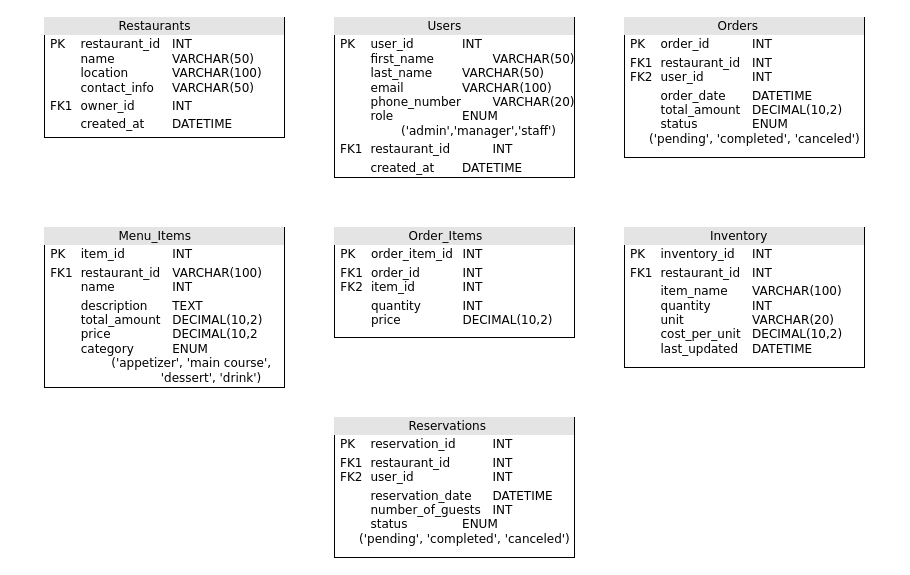
Before: Untitled Diagram.drawio in SafwanAltawil/HelloWorld, a draw.io diagram. Source tidied: cells renumbered, new cells numbered last; positions are measured from the earlier drawing's top-left corner, leaving out a move shared by most shapes. Both pictures are drawn from the tidied source at 100%, with x=0, y=0 at pixel (44, 17).
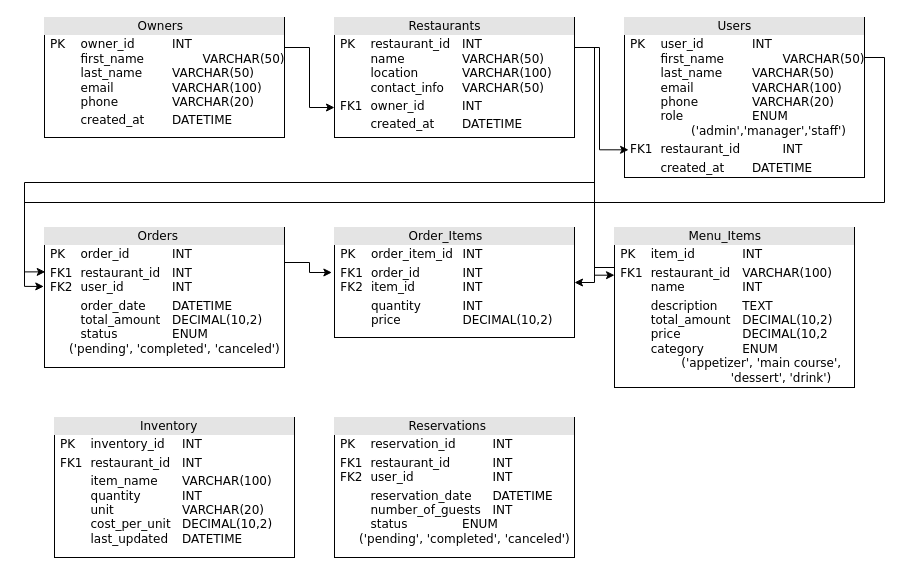
The same page after the edit.

The change refers to these unchanged cells:
```xml
<mxCell id="7" value="&lt;div style=&quot;box-sizing:border-box;width:100%;background:#e4e4e4;padding:2px;&quot;&gt;&lt;span style=&quot;white-space: pre;&quot;&gt;&#9;&lt;/span&gt;&lt;span style=&quot;white-space: pre;&quot;&gt;&#9;&lt;/span&gt;&lt;span style=&quot;white-space-collapse: preserve;&quot;&gt;&amp;nbsp;  &lt;/span&gt;Order_Items&lt;/div&gt;&lt;table style=&quot;width:100%;font-size:1em;&quot; cellpadding=&quot;2&quot; cellspacing=&quot;0&quot;&gt;&lt;tbody&gt;&lt;tr&gt;&lt;td&gt;&lt;br&gt;&lt;/td&gt;&lt;td&gt;PK&lt;span style=&quot;white-space: pre;&quot;&gt;&#9;&lt;/span&gt;order_item_id&lt;span style=&quot;white-space: pre;&quot;&gt;&#9;&lt;/span&gt;INT&lt;br&gt;&lt;/td&gt;&lt;/tr&gt;&lt;tr&gt;&lt;td&gt;&lt;br&gt;&lt;/td&gt;&lt;td&gt;FK1&lt;span style=&quot;white-space: pre;&quot;&gt;&#9;&lt;/span&gt;order_id &lt;span style=&quot;white-space: pre;&quot;&gt;&#9;&lt;span style=&quot;white-space: pre;&quot;&gt;&#9;&lt;/span&gt;&lt;/span&gt;INT&lt;br&gt;FK2&lt;span style=&quot;white-space: pre;&quot;&gt;&#9;&lt;/span&gt;item_id &lt;span style=&quot;white-space: pre;&quot;&gt;&#9;&lt;/span&gt;&lt;span style=&quot;white-space: pre;&quot;&gt;&#9;&lt;/span&gt;INT&lt;br&gt;&lt;/td&gt;&lt;/tr&gt;&lt;tr&gt;&lt;td&gt;&lt;/td&gt;&lt;td&gt;&lt;span style=&quot;white-space: pre;&quot;&gt;&#9;&lt;/span&gt;quantity &lt;span style=&quot;white-space: pre;&quot;&gt;&#9;&lt;span style=&quot;white-space: pre;&quot;&gt;&#9;&lt;/span&gt;&lt;/span&gt;INT&lt;span style=&quot;white-space: pre;&quot;&gt;&#9;&lt;/span&gt;&lt;br&gt;&lt;span style=&quot;white-space: pre;&quot;&gt;&#9;&lt;/span&gt;price &lt;span style=&quot;white-space: pre;&quot;&gt;&#9;&lt;span style=&quot;white-space: pre;&quot;&gt;&#9;&lt;/span&gt;&lt;/span&gt;DECIMAL(10,2)&lt;br&gt;&lt;span style=&quot;white-space: pre;&quot;&gt;&#9;&lt;/span&gt;&lt;br&gt;&lt;br&gt;&lt;br&gt;&lt;/td&gt;&lt;/tr&gt;&lt;/tbody&gt;&lt;/table&gt;" style="verticalAlign=top;align=left;overflow=fill;html=1;rounded=0;shadow=0;comic=0;labelBackgroundColor=none;strokeWidth=1;fontFamily=Verdana;fontSize=12;direction=west;" parent="1" vertex="1">
  <mxGeometry x="290" y="210" width="240" height="110" as="geometry" />
</mxCell>
```

Change to the diagram source:
```diff
@@
     <mxCell id="2" value="&lt;div style=&quot;box-sizing:border-box;width:100%;background:#e4e4e4;padding:2px;&quot;&gt;&lt;span style=&quot;white-space: pre;&quot;&gt;&#9;&lt;/span&gt;&lt;span style=&quot;white-space: pre;&quot;&gt;&#9;&lt;/span&gt;&amp;nbsp; &amp;nbsp;Restaurants&lt;/div&gt;&lt;table style=&quot;width:100%;font-size:1em;&quot; cellpadding=&quot;2&quot; cellspacing=&quot;0&quot;&gt;&lt;tbody&gt;&lt;tr&gt;&lt;td&gt;&lt;br&gt;&lt;/td&gt;&lt;td&gt;PK&lt;span style=&quot;white-space: pre;&quot;&gt;&#9;&lt;/span&gt;restaurant_id&lt;span style=&quot;white-space: pre;&quot;&gt;&#9;&lt;/span&gt;INT&lt;br&gt;&lt;span style=&quot;white-space: pre;&quot;&gt;&#9;&lt;/span&gt;name&lt;span style=&quot;white-space: pre;&quot;&gt;&#9;&lt;span style=&quot;white-space: pre;&quot;&gt;&#9;&lt;/span&gt;&lt;/span&gt;VARCHAR(50)&lt;br&gt;&lt;span style=&quot;white-space: pre;&quot;&gt;&#9;&lt;/span&gt;location &lt;span style=&quot;white-space: pre;&quot;&gt;&#9;&lt;span style=&quot;white-space: pre;&quot;&gt;&#9;&lt;/span&gt;&lt;/span&gt;VARCHAR(100)&lt;span style=&quot;white-space: pre;&quot;&gt;&#9;&lt;/span&gt;&lt;span style=&quot;white-space: pre;&quot;&gt;&#9;&lt;/span&gt;&lt;br&gt;&lt;span style=&quot;white-space: pre;&quot;&gt;&#9;&lt;/span&gt;contact_info&lt;span style=&quot;white-space: pre;&quot;&gt;&#9;&lt;/span&gt;VARCHAR(50)&lt;br&gt;&lt;/td&gt;&lt;/tr&gt;&lt;tr&gt;&lt;td&gt;&lt;br&gt;&lt;/td&gt;&lt;td&gt;FK1&lt;span style=&quot;white-space: pre;&quot;&gt;&#9;&lt;/span&gt;owner_id &lt;span style=&quot;white-space: pre;&quot;&gt;&#9;&lt;/span&gt;&lt;span style=&quot;white-space: pre;&quot;&gt;&#9;&lt;/span&gt;INT&lt;/td&gt;&lt;/tr&gt;&lt;tr&gt;&lt;td&gt;&lt;/td&gt;&lt;td&gt;&lt;span style=&quot;white-space: pre;&quot;&gt;&#9;&lt;/span&gt;created_at &lt;span style=&quot;white-space: pre;&quot;&gt;&#9;&lt;/span&gt;DATETIME&lt;span style=&quot;white-space: pre;&quot;&gt;&#9;&lt;/span&gt;&lt;br&gt;&lt;br&gt;&lt;br&gt;&lt;/td&gt;&lt;/tr&gt;&lt;/tbody&gt;&lt;/table&gt;" style="verticalAlign=top;align=left;overflow=fill;html=1;rounded=0;shadow=0;comic=0;labelBackgroundColor=none;strokeWidth=1;fontFamily=Verdana;fontSize=12;direction=west;" parent="1" vertex="1">
-      <mxGeometry width="240" height="120" as="geometry" />
+      <mxGeometry x="290" width="240" height="120" as="geometry" />
     </mxCell>
-    <mxCell id="3" value="&lt;div style=&quot;box-sizing:border-box;width:100%;background:#e4e4e4;padding:2px;&quot;&gt;&lt;span style=&quot;white-space: pre;&quot;&gt;&#9;&lt;/span&gt;&lt;span style=&quot;white-space: pre;&quot;&gt;&#9;&lt;span style=&quot;white-space: pre;&quot;&gt;&#9;&lt;/span&gt;&lt;/span&gt;Users&lt;/div&gt;&lt;table style=&quot;width:100%;font-size:1em;&quot; cellpadding=&quot;2&quot; cellspacing=&quot;0&quot;&gt;&lt;tbody&gt;&lt;tr&gt;&lt;td&gt;&lt;br&gt;&lt;/td&gt;&lt;td&gt;PK&lt;span style=&quot;white-space: pre;&quot;&gt;&#9;&lt;/span&gt;user_id &lt;span style=&quot;white-space: pre;&quot;&gt;&#9;&lt;/span&gt;&lt;span style=&quot;white-space: pre;&quot;&gt;&#9;&lt;/span&gt;INT&lt;br&gt;&lt;span style=&quot;white-space: pre;&quot;&gt;&#9;&lt;/span&gt;first_name&lt;span style=&quot;white-space: pre;&quot;&gt;&#9;&lt;span style=&quot;white-space: pre;&quot;&gt;&#9;&lt;/span&gt;&lt;/span&gt;VARCHAR(50)&lt;br&gt;&lt;span style=&quot;white-space: pre;&quot;&gt;&#9;&lt;/span&gt;last_name &lt;span style=&quot;white-space: pre;&quot;&gt;&#9;&lt;/span&gt;VARCHAR(50)&lt;span style=&quot;white-space: pre;&quot;&gt;&#9;&lt;/span&gt;&lt;span style=&quot;white-space: pre;&quot;&gt;&#9;&lt;/span&gt;&lt;br&gt;&lt;span style=&quot;white-space: pre;&quot;&gt;&#9;&lt;/span&gt;email&lt;span style=&quot;white-space: pre;&quot;&gt;&#9;&lt;/span&gt;&lt;span style=&quot;white-space: pre;&quot;&gt;&#9;&lt;/span&gt;VARCHAR(100)&lt;br&gt;&lt;span style=&quot;white-space: pre;&quot;&gt;&#9;&lt;/span&gt;phone_number&lt;span style=&quot;white-space: pre;&quot;&gt;&#9;&lt;/span&gt;VARCHAR(20)&lt;br&gt;&lt;span style=&quot;white-space: pre;&quot;&gt;&#9;&lt;/span&gt;role &lt;span style=&quot;white-space: pre;&quot;&gt;&#9;&lt;/span&gt;&lt;span style=&quot;white-space: pre;&quot;&gt;&#9;&lt;/span&gt;&lt;span style=&quot;white-space: pre;&quot;&gt;&#9;&lt;/span&gt;ENUM&lt;br&gt;&lt;span style=&quot;white-space: pre;&quot;&gt;&#9;&lt;/span&gt;&lt;span style=&quot;white-space: pre;&quot;&gt;&#9;&lt;/span&gt;('admin','manager','staff')&lt;br&gt;&lt;/td&gt;&lt;/tr&gt;&lt;tr&gt;&lt;td&gt;&lt;br&gt;&lt;/td&gt;&lt;td&gt;FK1&lt;span style=&quot;white-space: pre;&quot;&gt;&#9;&lt;/span&gt;restaurant_id &lt;span style=&quot;white-space: pre;&quot;&gt;&#9;&lt;/span&gt;&lt;span style=&quot;white-space: pre;&quot;&gt;&#9;&lt;/span&gt;INT&lt;/td&gt;&lt;/tr&gt;&lt;tr&gt;&lt;td&gt;&lt;/td&gt;&lt;td&gt;&lt;span style=&quot;white-space: pre;&quot;&gt;&#9;&lt;/span&gt;created_at &lt;span style=&quot;white-space: pre;&quot;&gt;&#9;&lt;/span&gt;DATETIME&lt;span style=&quot;white-space: pre;&quot;&gt;&#9;&lt;/span&gt;&lt;br&gt;&lt;br&gt;&lt;br&gt;&lt;/td&gt;&lt;/tr&gt;&lt;/tbody&gt;&lt;/table&gt;" style="verticalAlign=top;align=left;overflow=fill;html=1;rounded=0;shadow=0;comic=0;labelBackgroundColor=none;strokeWidth=1;fontFamily=Verdana;fontSize=12;direction=west;" parent="1" vertex="1">
-      <mxGeometry x="290" width="240" height="160" as="geometry" />
+    <mxCell id="3" value="&lt;div style=&quot;box-sizing:border-box;width:100%;background:#e4e4e4;padding:2px;&quot;&gt;&lt;span style=&quot;white-space: pre;&quot;&gt;&#9;&lt;/span&gt;&lt;span style=&quot;white-space: pre;&quot;&gt;&#9;&lt;span style=&quot;white-space: pre;&quot;&gt;&#9;&lt;/span&gt;&lt;/span&gt;Users&lt;/div&gt;&lt;table style=&quot;width:100%;font-size:1em;&quot; cellpadding=&quot;2&quot; cellspacing=&quot;0&quot;&gt;&lt;tbody&gt;&lt;tr&gt;&lt;td&gt;&lt;br&gt;&lt;/td&gt;&lt;td&gt;PK&lt;span style=&quot;white-space: pre;&quot;&gt;&#9;&lt;/span&gt;user_id &lt;span style=&quot;white-space: pre;&quot;&gt;&#9;&lt;/span&gt;&lt;span style=&quot;white-space: pre;&quot;&gt;&#9;&lt;/span&gt;INT&lt;br&gt;&lt;span style=&quot;white-space: pre;&quot;&gt;&#9;&lt;/span&gt;first_name&lt;span style=&quot;white-space: pre;&quot;&gt;&#9;&lt;span style=&quot;white-space: pre;&quot;&gt;&#9;&lt;/span&gt;&lt;/span&gt;VARCHAR(50)&lt;br&gt;&lt;span style=&quot;white-space: pre;&quot;&gt;&#9;&lt;/span&gt;last_name &lt;span style=&quot;white-space: pre;&quot;&gt;&#9;&lt;/span&gt;VARCHAR(50)&lt;span style=&quot;white-space: pre;&quot;&gt;&#9;&lt;/span&gt;&lt;span style=&quot;white-space: pre;&quot;&gt;&#9;&lt;/span&gt;&lt;br&gt;&lt;span style=&quot;white-space: pre;&quot;&gt;&#9;&lt;/span&gt;email&lt;span style=&quot;white-space: pre;&quot;&gt;&#9;&lt;/span&gt;&lt;span style=&quot;white-space: pre;&quot;&gt;&#9;&lt;/span&gt;VARCHAR(100)&lt;br&gt;&lt;span style=&quot;white-space: pre;&quot;&gt;&#9;&lt;/span&gt;phone&lt;span style=&quot;white-space: pre;&quot;&gt;&#9;&lt;/span&gt;&lt;span style=&quot;white-space: pre;&quot;&gt;&#9;&lt;/span&gt;VARCHAR(20)&lt;br&gt;&lt;span style=&quot;white-space: pre;&quot;&gt;&#9;&lt;/span&gt;role &lt;span style=&quot;white-space: pre;&quot;&gt;&#9;&lt;/span&gt;&lt;span style=&quot;white-space: pre;&quot;&gt;&#9;&lt;/span&gt;&lt;span style=&quot;white-space: pre;&quot;&gt;&#9;&lt;/span&gt;ENUM&lt;br&gt;&lt;span style=&quot;white-space: pre;&quot;&gt;&#9;&lt;/span&gt;&lt;span style=&quot;white-space: pre;&quot;&gt;&#9;&lt;/span&gt;('admin','manager','staff')&lt;br&gt;&lt;/td&gt;&lt;/tr&gt;&lt;tr&gt;&lt;td&gt;&lt;br&gt;&lt;/td&gt;&lt;td&gt;FK1&lt;span style=&quot;white-space: pre;&quot;&gt;&#9;&lt;/span&gt;restaurant_id &lt;span style=&quot;white-space: pre;&quot;&gt;&#9;&lt;/span&gt;&lt;span style=&quot;white-space: pre;&quot;&gt;&#9;&lt;/span&gt;INT&lt;/td&gt;&lt;/tr&gt;&lt;tr&gt;&lt;td&gt;&lt;/td&gt;&lt;td&gt;&lt;span style=&quot;white-space: pre;&quot;&gt;&#9;&lt;/span&gt;created_at &lt;span style=&quot;white-space: pre;&quot;&gt;&#9;&lt;/span&gt;DATETIME&lt;span style=&quot;white-space: pre;&quot;&gt;&#9;&lt;/span&gt;&lt;br&gt;&lt;br&gt;&lt;br&gt;&lt;/td&gt;&lt;/tr&gt;&lt;/tbody&gt;&lt;/table&gt;" style="verticalAlign=top;align=left;overflow=fill;html=1;rounded=0;shadow=0;comic=0;labelBackgroundColor=none;strokeWidth=1;fontFamily=Verdana;fontSize=12;direction=west;" parent="1" vertex="1">
+      <mxGeometry x="580" width="240" height="160" as="geometry" />
     </mxCell>
     <mxCell id="4" value="&lt;div style=&quot;box-sizing:border-box;width:100%;background:#e4e4e4;padding:2px;&quot;&gt;&lt;span style=&quot;white-space: pre;&quot;&gt;&#9;&lt;/span&gt;&lt;span style=&quot;white-space: pre;&quot;&gt;&#9;&lt;span style=&quot;white-space: pre;&quot;&gt;&#9;&lt;/span&gt;&lt;/span&gt;Orders&lt;/div&gt;&lt;table style=&quot;width:100%;font-size:1em;&quot; cellpadding=&quot;2&quot; cellspacing=&quot;0&quot;&gt;&lt;tbody&gt;&lt;tr&gt;&lt;td&gt;&lt;br&gt;&lt;/td&gt;&lt;td&gt;PK&lt;span style=&quot;white-space: pre;&quot;&gt;&#9;&lt;/span&gt;order_id&lt;span style=&quot;white-space: pre;&quot;&gt;&#9;&lt;/span&gt;&lt;span style=&quot;white-space: pre;&quot;&gt;&#9;&lt;/span&gt;INT&lt;br&gt;&lt;/td&gt;&lt;/tr&gt;&lt;tr&gt;&lt;td&gt;&lt;br&gt;&lt;/td&gt;&lt;td&gt;FK1&lt;span style=&quot;white-space: pre;&quot;&gt;&#9;&lt;/span&gt;restaurant_id &lt;span style=&quot;white-space: pre;&quot;&gt;&#9;&lt;/span&gt;INT&lt;br&gt;FK2&lt;span style=&quot;white-space: pre;&quot;&gt;&#9;&lt;/span&gt;user_id &lt;span style=&quot;white-space: pre;&quot;&gt;&#9;&lt;/span&gt;&lt;span style=&quot;white-space: pre;&quot;&gt;&#9;&lt;/span&gt;INT&lt;br&gt;&lt;/td&gt;&lt;/tr&gt;&lt;tr&gt;&lt;td&gt;&lt;/td&gt;&lt;td&gt;&lt;span style=&quot;white-space: pre;&quot;&gt;&#9;&lt;/span&gt;order_date &lt;span style=&quot;white-space: pre;&quot;&gt;&#9;&lt;/span&gt;DATETIME&lt;span style=&quot;white-space: pre;&quot;&gt;&#9;&lt;/span&gt;&lt;br&gt;&lt;span style=&quot;white-space: pre;&quot;&gt;&#9;&lt;/span&gt;total_amount &lt;span style=&quot;white-space: pre;&quot;&gt;&#9;&lt;/span&gt;DECIMAL(10,2)&lt;br&gt;&lt;span style=&quot;white-space: pre;&quot;&gt;&#9;&lt;/span&gt;status &lt;span style=&quot;white-space: pre;&quot;&gt;&#9;&lt;/span&gt;&lt;span style=&quot;white-space: pre;&quot;&gt;&#9;&lt;/span&gt;ENUM&lt;br&gt;&amp;nbsp; &amp;nbsp; &amp;nbsp;('pending', 'completed', 'canceled')&lt;span style=&quot;white-space: pre;&quot;&gt;&#9;&lt;/span&gt;&lt;br&gt;&lt;br&gt;&lt;br&gt;&lt;/td&gt;&lt;/tr&gt;&lt;/tbody&gt;&lt;/table&gt;" style="verticalAlign=top;align=left;overflow=fill;html=1;rounded=0;shadow=0;comic=0;labelBackgroundColor=none;strokeWidth=1;fontFamily=Verdana;fontSize=12;direction=west;" parent="1" vertex="1">
-      <mxGeometry x="580" width="240" height="140" as="geometry" />
+      <mxGeometry y="210" width="240" height="140" as="geometry" />
     </mxCell>
@@
     <mxCell id="6" value="&lt;div style=&quot;box-sizing:border-box;width:100%;background:#e4e4e4;padding:2px;&quot;&gt;&lt;span style=&quot;white-space: pre;&quot;&gt;&#9;&lt;/span&gt;&lt;span style=&quot;white-space: pre;&quot;&gt;&#9;&lt;/span&gt;&lt;span style=&quot;white-space-collapse: preserve;&quot;&gt;&amp;nbsp;     &lt;/span&gt;Inventory&lt;/div&gt;&lt;table style=&quot;width:100%;font-size:1em;&quot; cellpadding=&quot;2&quot; cellspacing=&quot;0&quot;&gt;&lt;tbody&gt;&lt;tr&gt;&lt;td&gt;&lt;br&gt;&lt;/td&gt;&lt;td&gt;PK&lt;span style=&quot;white-space: pre;&quot;&gt;&#9;&lt;/span&gt;inventory_id&lt;span style=&quot;white-space: pre;&quot;&gt;&#9;&lt;/span&gt;INT&lt;br&gt;&lt;/td&gt;&lt;/tr&gt;&lt;tr&gt;&lt;td&gt;&lt;br&gt;&lt;/td&gt;&lt;td&gt;FK1&lt;span style=&quot;white-space: pre;&quot;&gt;&#9;&lt;/span&gt;restaurant_id &lt;span style=&quot;white-space: pre;&quot;&gt;&#9;&lt;/span&gt;INT&lt;br&gt;&lt;/td&gt;&lt;/tr&gt;&lt;tr&gt;&lt;td&gt;&lt;/td&gt;&lt;td&gt;&lt;span style=&quot;white-space: pre;&quot;&gt;&#9;&lt;/span&gt;item_name &lt;span style=&quot;white-space: pre;&quot;&gt;&#9;&lt;/span&gt;VARCHAR(100)&lt;span style=&quot;white-space: pre;&quot;&gt;&#9;&lt;/span&gt;&lt;br&gt;&lt;span style=&quot;white-space: pre;&quot;&gt;&#9;&lt;/span&gt;quantity &lt;span style=&quot;white-space: pre;&quot;&gt;&#9;&lt;span style=&quot;white-space: pre;&quot;&gt;&#9;&lt;/span&gt;I&lt;/span&gt;NT&lt;br&gt;&lt;span style=&quot;white-space: pre;&quot;&gt;&#9;&lt;/span&gt;unit &lt;span style=&quot;white-space: pre;&quot;&gt;&#9;&lt;/span&gt;&lt;span style=&quot;white-space: pre;&quot;&gt;&#9;&lt;/span&gt;&lt;span style=&quot;white-space: pre;&quot;&gt;&#9;&lt;/span&gt;VARCHAR(20)&lt;br&gt;&lt;span style=&quot;white-space: pre;&quot;&gt;&#9;&lt;/span&gt;cost_per_unit &lt;span style=&quot;white-space: pre;&quot;&gt;&#9;&lt;/span&gt;DECIMAL(10,2)&lt;span style=&quot;white-space: pre;&quot;&gt;&#9;&lt;/span&gt;&lt;br&gt;&lt;span style=&quot;white-space: pre;&quot;&gt;&#9;&lt;/span&gt;last_updated&lt;span style=&quot;white-space: pre;&quot;&gt;&#9;&lt;/span&gt;DATETIME&lt;br&gt;&lt;br&gt;&lt;/td&gt;&lt;/tr&gt;&lt;/tbody&gt;&lt;/table&gt;" style="verticalAlign=top;align=left;overflow=fill;html=1;rounded=0;shadow=0;comic=0;labelBackgroundColor=none;strokeWidth=1;fontFamily=Verdana;fontSize=12;direction=west;" parent="1" vertex="1">
-      <mxGeometry x="580" y="210" width="240" height="140" as="geometry" />
+      <mxGeometry x="10" y="400" width="240" height="140" as="geometry" />
     </mxCell>
@@
+    <mxCell id="9" style="edgeStyle=orthogonalEdgeStyle;rounded=0;jettySize=auto;html=1;exitX=1;exitY=0.75;exitDx=0;exitDy=0;entryX=0;entryY=0.5;entryDx=0;entryDy=0;" parent="1" edge="1" source="8" target="7">
+      <mxGeometry relative="1" as="geometry" />
+    </mxCell>
     <mxCell id="8" value="&lt;div style=&quot;box-sizing:border-box;width:100%;background:#e4e4e4;padding:2px;&quot;&gt;&lt;span style=&quot;white-space: pre;&quot;&gt;&#9;&lt;span style=&quot;white-space: pre;&quot;&gt;&#9;&lt;/span&gt;   &lt;/span&gt;Menu_Items&lt;/div&gt;&lt;table style=&quot;width:100%;font-size:1em;&quot; cellpadding=&quot;2&quot; cellspacing=&quot;0&quot;&gt;&lt;tbody&gt;&lt;tr&gt;&lt;td&gt;&lt;br&gt;&lt;/td&gt;&lt;td&gt;PK&lt;span style=&quot;white-space: pre;&quot;&gt;&#9;&lt;/span&gt;item_id&lt;span style=&quot;white-space: pre;&quot;&gt;&#9;&lt;/span&gt;&lt;span style=&quot;white-space: pre;&quot;&gt;&#9;&lt;/span&gt;INT&lt;br&gt;&lt;/td&gt;&lt;/tr&gt;&lt;tr&gt;&lt;td&gt;&lt;br&gt;&lt;/td&gt;&lt;td&gt;FK1&lt;span style=&quot;white-space: pre;&quot;&gt;&#9;&lt;/span&gt;restaurant_id &lt;span style=&quot;white-space: pre;&quot;&gt;&#9;&lt;/span&gt;VARCHAR(100)&lt;br&gt;&lt;span style=&quot;white-space: pre;&quot;&gt;&#9;&lt;/span&gt;name &lt;span style=&quot;white-space: pre;&quot;&gt;&#9;&lt;/span&gt;&lt;span style=&quot;white-space: pre;&quot;&gt;&#9;&lt;/span&gt;INT&lt;br&gt;&lt;/td&gt;&lt;/tr&gt;&lt;tr&gt;&lt;td&gt;&lt;/td&gt;&lt;td&gt;&lt;span style=&quot;white-space: pre;&quot;&gt;&#9;&lt;/span&gt;description &lt;span style=&quot;white-space: pre;&quot;&gt;&#9;&lt;/span&gt;TEXT&lt;span style=&quot;white-space: pre;&quot;&gt;&#9;&lt;/span&gt;&lt;br&gt;&lt;span style=&quot;white-space: pre;&quot;&gt;&#9;&lt;/span&gt;total_amount &lt;span style=&quot;white-space: pre;&quot;&gt;&#9;&lt;/span&gt;DECIMAL(10,2)&lt;br&gt;&lt;span style=&quot;white-space: pre;&quot;&gt;&#9;&lt;/span&gt;price &lt;span style=&quot;white-space: pre;&quot;&gt;&#9;&lt;/span&gt;&lt;span style=&quot;white-space: pre;&quot;&gt;&#9;&lt;/span&gt;DECIMAL(10,2&lt;span style=&quot;white-space: pre;&quot;&gt;&#9;&lt;/span&gt;&lt;br&gt;&lt;span style=&quot;white-space: pre;&quot;&gt;&#9;&lt;/span&gt;category &lt;span style=&quot;white-space: pre;&quot;&gt;&#9;&lt;/span&gt;&lt;span style=&quot;white-space: pre;&quot;&gt;&#9;&lt;/span&gt;ENUM&lt;br&gt;&lt;span style=&quot;white-space: pre;&quot;&gt;&#9;&lt;/span&gt;&lt;span style=&quot;white-space: pre;&quot;&gt;&#9;&lt;/span&gt;('appetizer', 'main course',&lt;br&gt;&lt;span style=&quot;white-space: pre;&quot;&gt;&#9;&lt;/span&gt;&lt;span style=&quot;white-space: pre;&quot;&gt;&#9;&lt;/span&gt;&lt;span style=&quot;white-space: pre;&quot;&gt;&#9;&lt;/span&gt;&amp;nbsp; &amp;nbsp;&amp;nbsp;&amp;nbsp;'dessert', 'drink')&lt;br&gt;&lt;br&gt;&lt;/td&gt;&lt;/tr&gt;&lt;/tbody&gt;&lt;/table&gt;" style="verticalAlign=top;align=left;overflow=fill;html=1;rounded=0;shadow=0;comic=0;labelBackgroundColor=none;strokeWidth=1;fontFamily=Verdana;fontSize=12;direction=west;" parent="1" vertex="1">
-      <mxGeometry y="210" width="240" height="160" as="geometry" />
+      <mxGeometry x="570" y="210" width="240" height="160" as="geometry" />
     </mxCell>
+    <mxCell id="10" style="edgeStyle=orthogonalEdgeStyle;rounded=0;jettySize=auto;html=1;exitX=0;exitY=0.75;exitDx=0;exitDy=0;entryX=1;entryY=0.25;entryDx=0;entryDy=0;elbow=vertical;" parent="1" edge="1" source="11" target="2">
+      <mxGeometry relative="1" as="geometry" />
+    </mxCell>
+    <mxCell id="11" value="&lt;div style=&quot;box-sizing:border-box;width:100%;background:#e4e4e4;padding:2px;&quot;&gt;&lt;span style=&quot;white-space: pre;&quot;&gt;&#9;&lt;/span&gt;&lt;span style=&quot;white-space: pre;&quot;&gt;&#9;&lt;span style=&quot;white-space: pre;&quot;&gt;&#9;&lt;/span&gt;&lt;/span&gt;Owners&lt;/div&gt;&lt;table style=&quot;width:100%;font-size:1em;&quot; cellpadding=&quot;2&quot; cellspacing=&quot;0&quot;&gt;&lt;tbody&gt;&lt;tr&gt;&lt;td&gt;&lt;br&gt;&lt;/td&gt;&lt;td&gt;PK&lt;span style=&quot;white-space: pre;&quot;&gt;&#9;&lt;/span&gt;owner_id &lt;span style=&quot;white-space: pre;&quot;&gt;&#9;&lt;/span&gt;&lt;span style=&quot;white-space: pre;&quot;&gt;&#9;&lt;/span&gt;INT&lt;br&gt;&lt;span style=&quot;white-space: pre;&quot;&gt;&#9;&lt;/span&gt;first_name&lt;span style=&quot;white-space: pre;&quot;&gt;&#9;&lt;span style=&quot;white-space: pre;&quot;&gt;&#9;&lt;/span&gt;&lt;/span&gt;VARCHAR(50)&lt;br&gt;&lt;span style=&quot;white-space: pre;&quot;&gt;&#9;&lt;/span&gt;last_name &lt;span style=&quot;white-space: pre;&quot;&gt;&#9;&lt;/span&gt;VARCHAR(50)&lt;span style=&quot;white-space: pre;&quot;&gt;&#9;&lt;/span&gt;&lt;span style=&quot;white-space: pre;&quot;&gt;&#9;&lt;/span&gt;&lt;br&gt;&lt;span style=&quot;white-space: pre;&quot;&gt;&#9;&lt;/span&gt;email&lt;span style=&quot;white-space: pre;&quot;&gt;&#9;&lt;/span&gt;&lt;span style=&quot;white-space: pre;&quot;&gt;&#9;&lt;/span&gt;VARCHAR(100)&lt;br&gt;&lt;span style=&quot;white-space: pre;&quot;&gt;&#9;&lt;/span&gt;phone&lt;span style=&quot;white-space: pre;&quot;&gt;&#9;&lt;/span&gt;&lt;span style=&quot;white-space: pre;&quot;&gt;&#9;&lt;/span&gt;VARCHAR(20)&lt;br&gt;&lt;/td&gt;&lt;/tr&gt;&lt;tr&gt;&lt;td&gt;&lt;/td&gt;&lt;td&gt;&lt;span style=&quot;white-space: pre;&quot;&gt;&#9;&lt;/span&gt;created_at &lt;span style=&quot;white-space: pre;&quot;&gt;&#9;&lt;/span&gt;DATETIME&lt;span style=&quot;white-space: pre;&quot;&gt;&#9;&lt;/span&gt;&lt;br&gt;&lt;br&gt;&lt;br&gt;&lt;/td&gt;&lt;/tr&gt;&lt;/tbody&gt;&lt;/table&gt;" style="verticalAlign=top;align=left;overflow=fill;html=1;rounded=0;shadow=0;comic=0;labelBackgroundColor=none;strokeWidth=1;fontFamily=Verdana;fontSize=12;direction=west;" parent="1" vertex="1">
+      <mxGeometry width="240" height="120" as="geometry" />
+    </mxCell>
+    <mxCell id="12" style="edgeStyle=orthogonalEdgeStyle;rounded=0;jettySize=auto;html=1;exitX=0;exitY=0.75;exitDx=0;exitDy=0;entryX=0.983;entryY=0.173;entryDx=0;entryDy=0;entryPerimeter=0;" parent="1" edge="1" source="2" target="3">
+      <mxGeometry relative="1" as="geometry" />
+    </mxCell>
+    <mxCell id="13" style="edgeStyle=orthogonalEdgeStyle;rounded=0;jettySize=auto;html=1;exitX=0;exitY=0.75;exitDx=0;exitDy=0;entryX=1.003;entryY=0.579;entryDx=0;entryDy=0;entryPerimeter=0;" parent="1" edge="1" source="3" target="4">
+      <mxGeometry relative="1" as="geometry" />
+    </mxCell>
+    <mxCell id="14" style="edgeStyle=orthogonalEdgeStyle;rounded=0;jettySize=auto;html=1;exitX=0;exitY=0.75;exitDx=0;exitDy=0;entryX=0.997;entryY=0.683;entryDx=0;entryDy=0;entryPerimeter=0;" parent="1" edge="1" source="2" target="4">
+      <mxGeometry relative="1" as="geometry" />
+    </mxCell>
+    <mxCell id="15" style="edgeStyle=orthogonalEdgeStyle;rounded=0;jettySize=auto;html=1;exitX=0;exitY=0.75;exitDx=0;exitDy=0;entryX=1;entryY=0.702;entryDx=0;entryDy=0;entryPerimeter=0;" parent="1" edge="1" source="2" target="8">
+      <mxGeometry relative="1" as="geometry" />
+    </mxCell>
+    <mxCell id="16" style="edgeStyle=orthogonalEdgeStyle;rounded=0;jettySize=auto;html=1;exitX=0;exitY=0.75;exitDx=0;exitDy=0;entryX=1.011;entryY=0.591;entryDx=0;entryDy=0;entryPerimeter=0;" parent="1" edge="1" source="4" target="7">
+      <mxGeometry relative="1" as="geometry" />
+    </mxCell>
```
